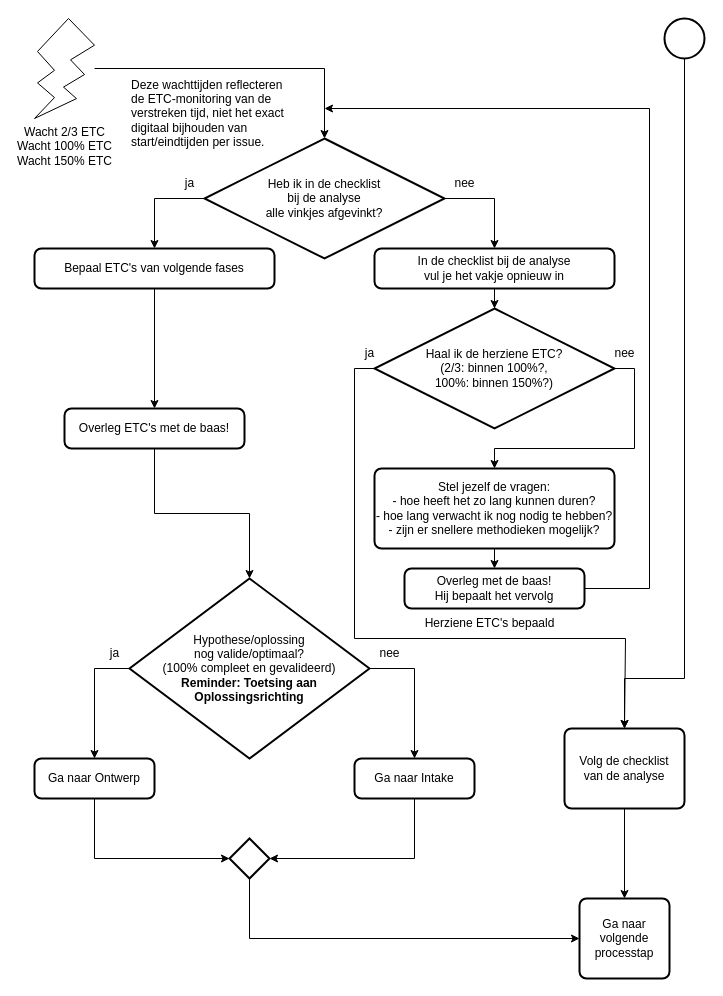
The draw.io diagram 2 Issue Tracker analyse.drawio in Zaibatsu89/IssueTracker, before the edit. Source tidied: cells renumbered, new cells numbered last; positions are measured from the earlier drawing's top-left corner, leaving out a move shared by most shapes. Both pictures are drawn from the tidied source at 100%, with x=0, y=0 at pixel (34, 18).
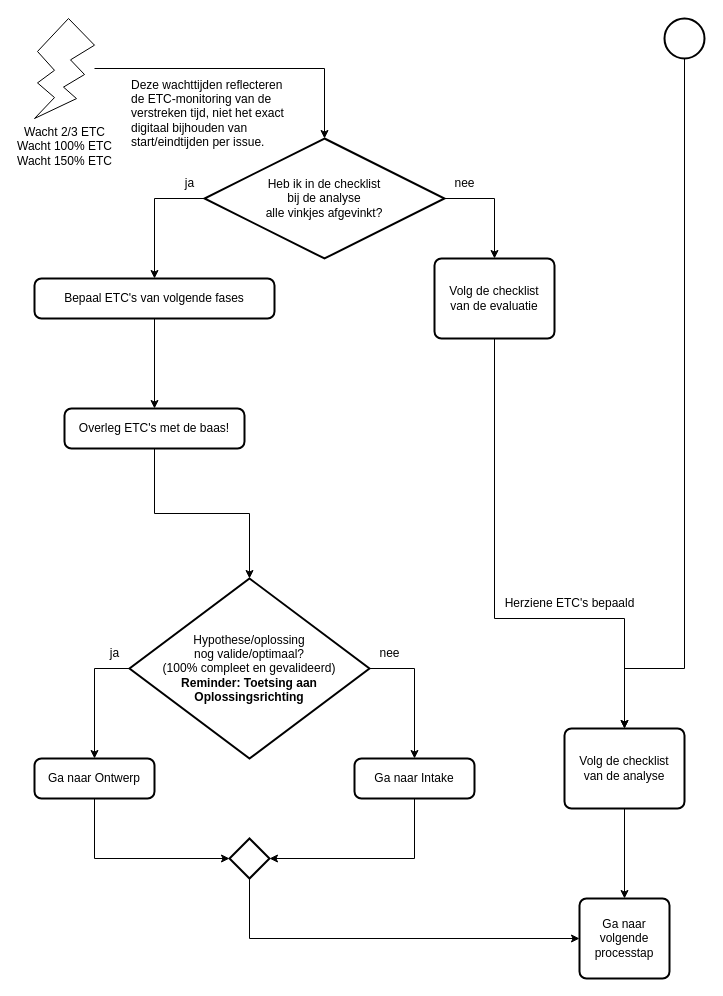
The same diagram, later.

Commit message (it also covers changes not shown here):
"Volg de checklist van de evaluatie" in analyse flowchart, na "Wacht 2/3 ETC..."

Unchanged cells that the change refers to:
```xml
<mxCell id="3" style="strokeWidth=2;html=1;shape=mxgraph.flowchart.start_2;whiteSpace=wrap;" parent="1" vertex="1">
  <mxGeometry x="630" width="40" height="40" as="geometry" />
</mxCell>
<mxCell id="34" value="Volg de checklist&lt;br&gt;van de analyse" style="rounded=1;whiteSpace=wrap;html=1;absoluteArcSize=1;arcSize=14;strokeWidth=2;" parent="1" vertex="1">
  <mxGeometry x="530" y="710" width="120" height="80" as="geometry" />
</mxCell>
```

Diff of the diagram source:
```diff
@@
     <mxCell id="2" style="edgeStyle=orthogonalEdgeStyle;rounded=0;jettySize=auto;html=1;exitX=0.5;exitY=1;exitDx=0;exitDy=0;exitPerimeter=0;entryX=0.5;entryY=0;entryDx=0;entryDy=0;" parent="1" edge="1" source="3" target="34">
       <mxGeometry relative="1" as="geometry">
         <Array as="points">
-          <mxPoint x="650" y="660" />
-          <mxPoint x="590" y="660" />
+          <mxPoint x="650" y="650" />
+          <mxPoint x="590" y="650" />
         </Array>
       </mxGeometry>
     </mxCell>
@@
     <mxCell id="12" value="Bepaal ETC's van volgende fases" style="rounded=1;whiteSpace=wrap;html=1;absoluteArcSize=1;arcSize=14;strokeWidth=2;" parent="1" vertex="1">
-      <mxGeometry y="230" width="240" height="40" as="geometry" />
+      <mxGeometry y="260" width="240" height="40" as="geometry" />
     </mxCell>
@@
-    <mxCell id="24" style="edgeStyle=orthogonalEdgeStyle;rounded=0;jettySize=auto;html=1;" parent="1" edge="1" source="25" target="38">
-      <mxGeometry relative="1" as="geometry" />
-    </mxCell>
-    <mxCell id="25" value="In de checklist bij de analyse&lt;br&gt;vul je het vakje opnieuw in" style="rounded=1;whiteSpace=wrap;html=1;absoluteArcSize=1;arcSize=14;strokeWidth=2;" parent="1" vertex="1">
-      <mxGeometry x="340" y="230" width="240" height="40" as="geometry" />
+    <mxCell id="25" value="Volg de checklist&lt;br&gt;van de evaluatie" style="rounded=1;whiteSpace=wrap;html=1;absoluteArcSize=1;arcSize=14;strokeWidth=2;" parent="1" vertex="1">
+      <mxGeometry x="400" y="240" width="120" height="80" as="geometry" />
     </mxCell>
-    <mxCell id="26" style="edgeStyle=orthogonalEdgeStyle;rounded=0;jettySize=auto;html=1;exitX=0.5;exitY=1;exitDx=0;exitDy=0;entryX=0.5;entryY=0;entryDx=0;entryDy=0;" parent="1" edge="1" source="27" target="28">
-      <mxGeometry relative="1" as="geometry" />
-    </mxCell>
-    <mxCell id="27" value="Stel jezelf de vragen:&lt;br&gt;- hoe heeft het zo lang kunnen duren?&lt;br&gt;- hoe lang verwacht ik nog nodig te hebben?&lt;br&gt;- zijn er snellere methodieken mogelijk?" style="rounded=1;whiteSpace=wrap;html=1;absoluteArcSize=1;arcSize=14;strokeWidth=2;" parent="1" vertex="1">
-      <mxGeometry x="340" y="450" width="240" height="80" as="geometry" />
-    </mxCell>
-    <mxCell id="28" value="Overleg met de baas!&lt;br&gt;Hij bepaalt het vervolg" style="rounded=1;whiteSpace=wrap;html=1;absoluteArcSize=1;arcSize=14;strokeWidth=2;" parent="1" vertex="1">
-      <mxGeometry x="370" y="550" width="180" height="40" as="geometry" />
-    </mxCell>
@@
     <mxCell id="32" value="Herziene ETC's bepaald" style="text;html=1;align=center;verticalAlign=middle;strokeColor=none;fillColor=none;" parent="1" vertex="1">
-      <mxGeometry x="380" y="590" width="150" height="30" as="geometry" />
+      <mxGeometry x="460" y="570" width="150" height="30" as="geometry" />
     </mxCell>
-    <mxCell id="33" style="edgeStyle=orthogonalEdgeStyle;rounded=0;jettySize=auto;html=1;exitX=1;exitY=0.5;exitDx=0;exitDy=0;" parent="1" edge="1" source="28">
-      <mxGeometry relative="1" as="geometry">
-        <mxPoint x="290" y="90" as="targetPoint" />
-        <Array as="points">
-          <mxPoint x="615" y="570" />
-          <mxPoint x="615" y="90" />
-        </Array>
-      </mxGeometry>
-    </mxCell>
@@
-    <mxCell id="36" style="edgeStyle=orthogonalEdgeStyle;rounded=0;jettySize=auto;html=1;exitX=1;exitY=0.5;exitDx=0;exitDy=0;exitPerimeter=0;entryX=0.5;entryY=0;entryDx=0;entryDy=0;" parent="1" edge="1" source="38" target="27">
-      <mxGeometry relative="1" as="geometry" />
-    </mxCell>
-    <mxCell id="37" style="edgeStyle=orthogonalEdgeStyle;rounded=0;jettySize=auto;html=1;exitX=0;exitY=0.5;exitDx=0;exitDy=0;exitPerimeter=0;" parent="1" edge="1" source="38">
+    <mxCell id="37" style="edgeStyle=orthogonalEdgeStyle;rounded=0;jettySize=auto;html=1;exitX=0.5;exitY=1;exitDx=0;exitDy=0;" parent="1" edge="1" source="25">
       <mxGeometry relative="1" as="geometry">
         <mxPoint x="590" y="710" as="targetPoint" />
         <Array as="points">
-          <mxPoint x="320" y="350" />
-          <mxPoint x="320" y="620" />
-          <mxPoint x="591" y="620" />
+          <mxPoint x="460" y="600" />
+          <mxPoint x="590" y="600" />
         </Array>
       </mxGeometry>
     </mxCell>
-    <mxCell id="38" value="Haal ik de herziene ETC?&lt;br&gt;(2/3: binnen 100%?,&lt;br&gt;100%: binnen 150%?)" style="strokeWidth=2;html=1;shape=mxgraph.flowchart.decision;whiteSpace=wrap;" parent="1" vertex="1">
-      <mxGeometry x="340" y="290" width="240" height="120" as="geometry" />
-    </mxCell>
-    <mxCell id="39" value="nee" style="text;html=1;align=center;verticalAlign=middle;strokeColor=none;fillColor=none;" parent="1" vertex="1">
-      <mxGeometry x="570" y="320" width="40" height="30" as="geometry" />
-    </mxCell>
-    <mxCell id="40" value="ja" style="text;html=1;align=center;verticalAlign=middle;strokeColor=none;fillColor=none;" parent="1" vertex="1">
-      <mxGeometry x="320" y="320" width="30" height="30" as="geometry" />
-    </mxCell>
```
